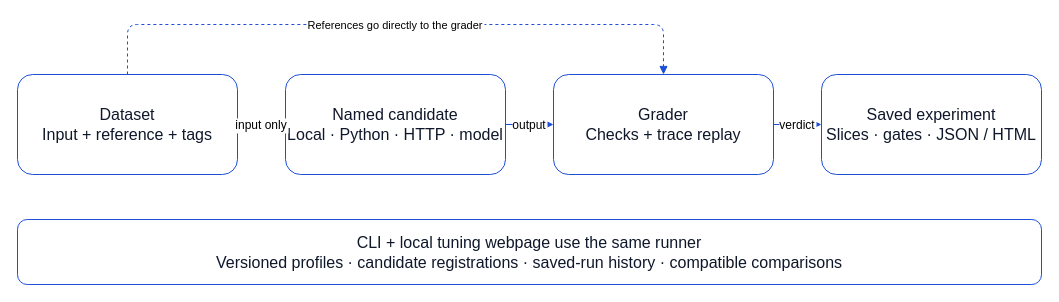
This is docs/architecture/pipeline.drawio from hk-775/practical-eval-lab, a draw.io file, before an edit. Source tidied: cells renumbered, new cells numbered last; positions are measured from the earlier drawing's top-left corner, leaving out a move shared by most shapes. Both pictures are drawn from the tidied source at 100%, with x=0, y=0 at pixel (17, 24).
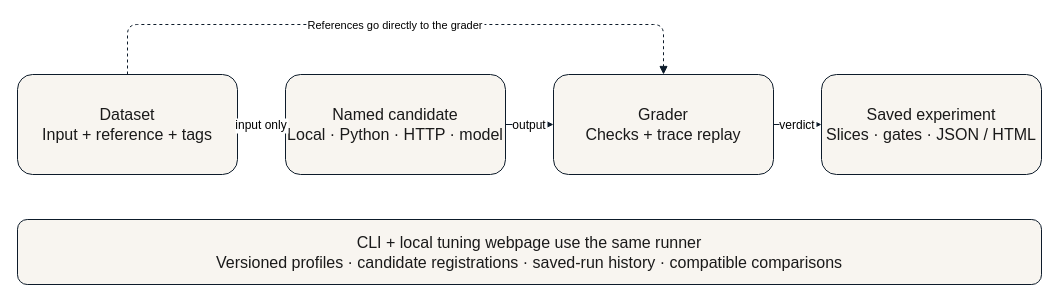
The same diagram, later.

Diff of the diagram source:
```diff
@@
 <mxGraphModel>
   <root>
     <mxCell id="0" />
     <mxCell id="1" parent="0" />
-    <mxCell id="2" value="Dataset&#10;Input + reference + tags" style="rounded=1;whiteSpace=wrap;html=0;fillColor=#ffffff;strokeColor=#1d4ed8;fontColor=#0f172a;fontSize=16;" parent="1" vertex="1">
+    <mxCell id="2" value="Dataset&#10;Input + reference + tags" style="rounded=1;whiteSpace=wrap;html=0;fillColor=#F8F5F0;strokeColor=#0D1B2A;fontColor=#1A1A1A;fontSize=16;" parent="1" vertex="1">
       <mxGeometry y="50" width="220" height="100" as="geometry" />
     </mxCell>
-    <mxCell id="3" value="Named candidate&#10;Local · Python · HTTP · model" style="rounded=1;whiteSpace=wrap;html=0;fillColor=#ffffff;strokeColor=#1d4ed8;fontColor=#0f172a;fontSize=16;" parent="1" vertex="1">
+    <mxCell id="3" value="Named candidate&#10;Local · Python · HTTP · model" style="rounded=1;whiteSpace=wrap;html=0;fillColor=#F8F5F0;strokeColor=#0D1B2A;fontColor=#1A1A1A;fontSize=16;" parent="1" vertex="1">
       <mxGeometry x="268" y="50" width="220" height="100" as="geometry" />
     </mxCell>
-    <mxCell id="4" value="Grader&#10;Checks + trace replay" style="rounded=1;whiteSpace=wrap;html=0;fillColor=#ffffff;strokeColor=#1d4ed8;fontColor=#0f172a;fontSize=16;" parent="1" vertex="1">
+    <mxCell id="4" value="Grader&#10;Checks + trace replay" style="rounded=1;whiteSpace=wrap;html=0;fillColor=#F8F5F0;strokeColor=#0D1B2A;fontColor=#1A1A1A;fontSize=16;" parent="1" vertex="1">
       <mxGeometry x="536" y="50" width="220" height="100" as="geometry" />
     </mxCell>
-    <mxCell id="5" value="Saved experiment&#10;Slices · gates · JSON / HTML" style="rounded=1;whiteSpace=wrap;html=0;fillColor=#ffffff;strokeColor=#1d4ed8;fontColor=#0f172a;fontSize=16;" parent="1" vertex="1">
+    <mxCell id="5" value="Saved experiment&#10;Slices · gates · JSON / HTML" style="rounded=1;whiteSpace=wrap;html=0;fillColor=#F8F5F0;strokeColor=#0D1B2A;fontColor=#1A1A1A;fontSize=16;" parent="1" vertex="1">
       <mxGeometry x="804" y="50" width="220" height="100" as="geometry" />
     </mxCell>
-    <mxCell id="6" value="input only" style="endArrow=block;strokeColor=#1d4ed8;fontSize=12;" parent="1" edge="1" source="2" target="3">
+    <mxCell id="6" value="input only" style="endArrow=block;strokeColor=#0D1B2A;fontSize=12;" parent="1" edge="1" source="2" target="3">
       <mxGeometry relative="1" as="geometry" />
     </mxCell>
-    <mxCell id="7" value="output" style="endArrow=block;strokeColor=#1d4ed8;fontSize=12;" parent="1" edge="1" source="3" target="4">
+    <mxCell id="7" value="output" style="endArrow=block;strokeColor=#0D1B2A;fontSize=12;" parent="1" edge="1" source="3" target="4">
       <mxGeometry relative="1" as="geometry" />
     </mxCell>
-    <mxCell id="8" value="verdict" style="endArrow=block;strokeColor=#1d4ed8;fontSize=12;" parent="1" edge="1" source="4" target="5">
+    <mxCell id="8" value="verdict" style="endArrow=block;strokeColor=#0D1B2A;fontSize=12;" parent="1" edge="1" source="4" target="5">
       <mxGeometry relative="1" as="geometry" />
     </mxCell>
-    <mxCell id="9" value="References go directly to the grader" style="edgeStyle=orthogonalEdgeStyle;exitX=0.5;exitY=0;entryX=0.5;entryY=0;endArrow=block;dashed=1;strokeColor=#1d4ed8;" parent="1" edge="1" source="2" target="4">
+    <mxCell id="9" value="References go directly to the grader" style="edgeStyle=orthogonalEdgeStyle;exitX=0.5;exitY=0;entryX=0.5;entryY=0;endArrow=block;dashed=1;strokeColor=#0D1B2A;" parent="1" edge="1" source="2" target="4">
       <mxGeometry relative="1" as="geometry">
         <Array as="points">
           <mxPoint x="110" />
           <mxPoint x="646" />
         </Array>
       </mxGeometry>
     </mxCell>
-    <mxCell id="10" value="CLI + local tuning webpage use the same runner&#10;Versioned profiles · candidate registrations · saved-run history · compatible comparisons" style="rounded=1;whiteSpace=wrap;html=0;fillColor=#ffffff;strokeColor=#1d4ed8;fontColor=#0f172a;fontSize=16;" parent="1" vertex="1">
+    <mxCell id="10" value="CLI + local tuning webpage use the same runner&#10;Versioned profiles · candidate registrations · saved-run history · compatible comparisons" style="rounded=1;whiteSpace=wrap;html=0;fillColor=#F8F5F0;strokeColor=#0D1B2A;fontColor=#1A1A1A;fontSize=16;" parent="1" vertex="1">
       <mxGeometry y="195" width="1024" height="65" as="geometry" />
     </mxCell>
   </root>
 </mxGraphModel>
```
